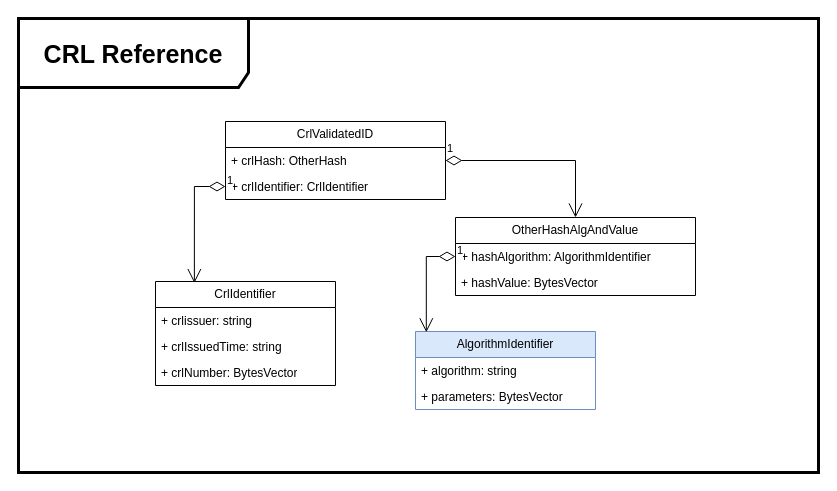
Before: page "CRL Reference" (9 of 12) of basic_struct_draft.drawio in 3036662/pdf_scp, a draw.io diagram. Source tidied: cells renumbered, new cells numbered last; positions are measured from the earlier drawing's top-left corner, leaving out a move shared by most shapes. Both pictures are drawn from the tidied source at 100%, with x=0, y=0 at pixel (18, 18).
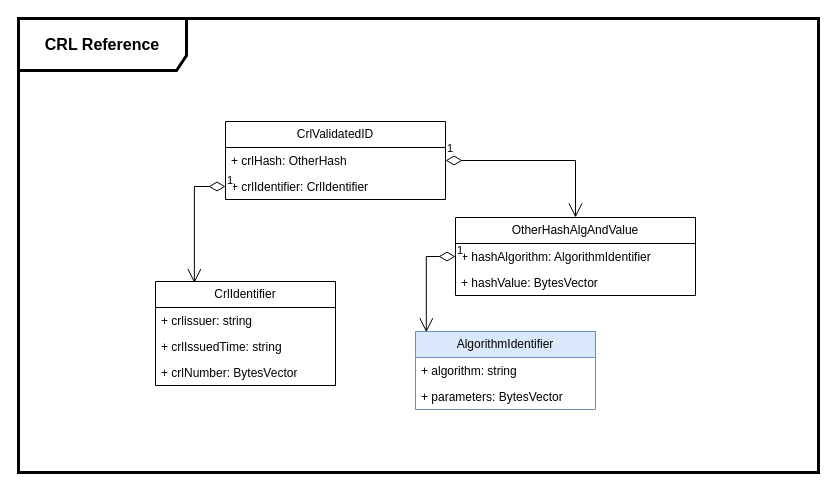
The same diagram, later.

Diff of the diagram source:
```diff
@@
 <mxGraphModel>
   <root>
     <mxCell id="0" />
     <mxCell id="1" parent="0" />
-    <mxCell id="2" value="&lt;font size=&quot;1&quot;&gt;&lt;b&gt;&lt;font style=&quot;font-size: 25px;&quot;&gt;CRL Reference&lt;/font&gt;&lt;/b&gt;&lt;/font&gt;" style="shape=umlFrame;whiteSpace=wrap;html=1;width=230;height=69;strokeWidth=3;" parent="1" vertex="1">
+    <mxCell id="2" value="&lt;font size=&quot;1&quot;&gt;&lt;b&gt;&lt;font style=&quot;font-size: 16px;&quot;&gt;CRL Reference&lt;/font&gt;&lt;/b&gt;&lt;/font&gt;" style="shape=umlFrame;whiteSpace=wrap;html=1;width=168;height=52;strokeWidth=3;" parent="1" vertex="1">
       <mxGeometry width="800" height="454" as="geometry" />
     </mxCell>
     <mxCell id="3" value="CrlValidatedID" style="swimlane;fontStyle=0;horizontal=1;startSize=26;fillColor=none;whiteSpace=wrap;html=1;" parent="2" vertex="1">
       <mxGeometry x="207" y="103" width="220" height="78" as="geometry" />
     </mxCell>
     <mxCell id="4" value="+ crlHash: OtherHash" style="text;strokeColor=none;fillColor=none;align=left;verticalAlign=top;spacingLeft=4;spacingRight=4;overflow=hidden;points=[[0,0.5],[1,0.5]];portConstraint=eastwest;whiteSpace=wrap;html=1;" parent="3" vertex="1">
       <mxGeometry y="26" width="220" height="26" as="geometry" />
     </mxCell>
     <mxCell id="5" value="+ crlIdentifier: CrlIdentifier" style="text;strokeColor=none;fillColor=none;align=left;verticalAlign=top;spacingLeft=4;spacingRight=4;overflow=hidden;points=[[0,0.5],[1,0.5]];portConstraint=eastwest;whiteSpace=wrap;html=1;" parent="3" vertex="1">
       <mxGeometry y="52" width="220" height="26" as="geometry" />
     </mxCell>
     <mxCell id="6" value="OtherHashAlgAndValue" style="swimlane;fontStyle=0;horizontal=1;startSize=26;fillColor=none;whiteSpace=wrap;html=1;" parent="2" vertex="1">
       <mxGeometry x="437" y="199" width="240" height="78" as="geometry" />
     </mxCell>
     <mxCell id="7" value="+ hashAlgorithm: AlgorithmIdentifier" style="text;strokeColor=none;fillColor=none;align=left;verticalAlign=top;spacingLeft=4;spacingRight=4;overflow=hidden;points=[[0,0.5],[1,0.5]];portConstraint=eastwest;whiteSpace=wrap;html=1;" parent="6" vertex="1">
       <mxGeometry y="26" width="240" height="26" as="geometry" />
     </mxCell>
     <mxCell id="8" value="+ hashValue: BytesVector" style="text;strokeColor=none;fillColor=none;align=left;verticalAlign=top;spacingLeft=4;spacingRight=4;overflow=hidden;whiteSpace=wrap;html=1;" parent="6" vertex="1">
       <mxGeometry y="52" width="240" height="26" as="geometry" />
     </mxCell>
     <mxCell id="9" value="1" style="endArrow=open;html=1;endSize=12;startArrow=diamondThin;startSize=14;startFill=0;edgeStyle=orthogonalEdgeStyle;align=left;verticalAlign=bottom;rounded=0;exitX=1;exitY=0.5;exitDx=0;exitDy=0;entryX=0.5;entryY=0;entryDx=0;entryDy=0;" parent="2" edge="1" source="4" target="6">
       <mxGeometry x="-1" y="3" relative="1" as="geometry" />
     </mxCell>
     <mxCell id="10" value="AlgorithmIdentifier" style="swimlane;fontStyle=0;horizontal=1;startSize=26;fillColor=#dae8fc;whiteSpace=wrap;html=1;strokeColor=#6c8ebf;" parent="2" vertex="1">
       <mxGeometry x="397" y="313" width="180" height="78" as="geometry" />
     </mxCell>
     <mxCell id="11" value="+ algorithm: string" style="text;strokeColor=none;fillColor=none;align=left;verticalAlign=top;spacingLeft=4;spacingRight=4;overflow=hidden;whiteSpace=wrap;html=1;" parent="10" vertex="1">
       <mxGeometry y="26" width="180" height="26" as="geometry" />
     </mxCell>
     <mxCell id="12" value="+ parameters: BytesVector" style="text;strokeColor=none;fillColor=none;align=left;verticalAlign=top;spacingLeft=4;spacingRight=4;overflow=hidden;whiteSpace=wrap;html=1;" parent="10" vertex="1">
       <mxGeometry y="52" width="180" height="26" as="geometry" />
     </mxCell>
     <mxCell id="13" value="1" style="endArrow=open;html=1;endSize=12;startArrow=diamondThin;startSize=14;startFill=0;edgeStyle=orthogonalEdgeStyle;align=left;verticalAlign=bottom;rounded=0;exitX=0;exitY=0.5;exitDx=0;exitDy=0;entryX=0.06;entryY=0.01;entryDx=0;entryDy=0;entryPerimeter=0;" parent="2" edge="1" source="7" target="10">
       <mxGeometry x="-1" y="3" relative="1" as="geometry" />
     </mxCell>
     <mxCell id="14" value="CrlIdentifier" style="swimlane;fontStyle=0;horizontal=1;startSize=26;fillColor=none;whiteSpace=wrap;html=1;" parent="2" vertex="1">
       <mxGeometry x="137" y="263" width="180" height="104" as="geometry" />
     </mxCell>
     <mxCell id="15" value="+ crlissuer: string" style="text;strokeColor=none;fillColor=none;align=left;verticalAlign=top;spacingLeft=4;spacingRight=4;overflow=hidden;whiteSpace=wrap;html=1;" parent="14" vertex="1">
       <mxGeometry y="26" width="180" height="26" as="geometry" />
     </mxCell>
     <mxCell id="16" value="+ crlIssuedTime: string" style="text;strokeColor=none;fillColor=none;align=left;verticalAlign=top;spacingLeft=4;spacingRight=4;overflow=hidden;whiteSpace=wrap;html=1;" parent="14" vertex="1">
       <mxGeometry y="52" width="180" height="26" as="geometry" />
     </mxCell>
     <mxCell id="17" value="+ crlNumber: BytesVector" style="text;strokeColor=none;fillColor=none;align=left;verticalAlign=top;spacingLeft=4;spacingRight=4;overflow=hidden;whiteSpace=wrap;html=1;" parent="14" vertex="1">
       <mxGeometry y="78" width="180" height="26" as="geometry" />
     </mxCell>
     <mxCell id="18" value="1" style="endArrow=open;html=1;endSize=12;startArrow=diamondThin;startSize=14;startFill=0;edgeStyle=orthogonalEdgeStyle;align=left;verticalAlign=bottom;rounded=0;exitX=0;exitY=0.5;exitDx=0;exitDy=0;entryX=0.216;entryY=0.015;entryDx=0;entryDy=0;entryPerimeter=0;" parent="2" edge="1" source="5" target="14">
       <mxGeometry x="-1" y="3" relative="1" as="geometry" />
     </mxCell>
   </root>
 </mxGraphModel>
```
